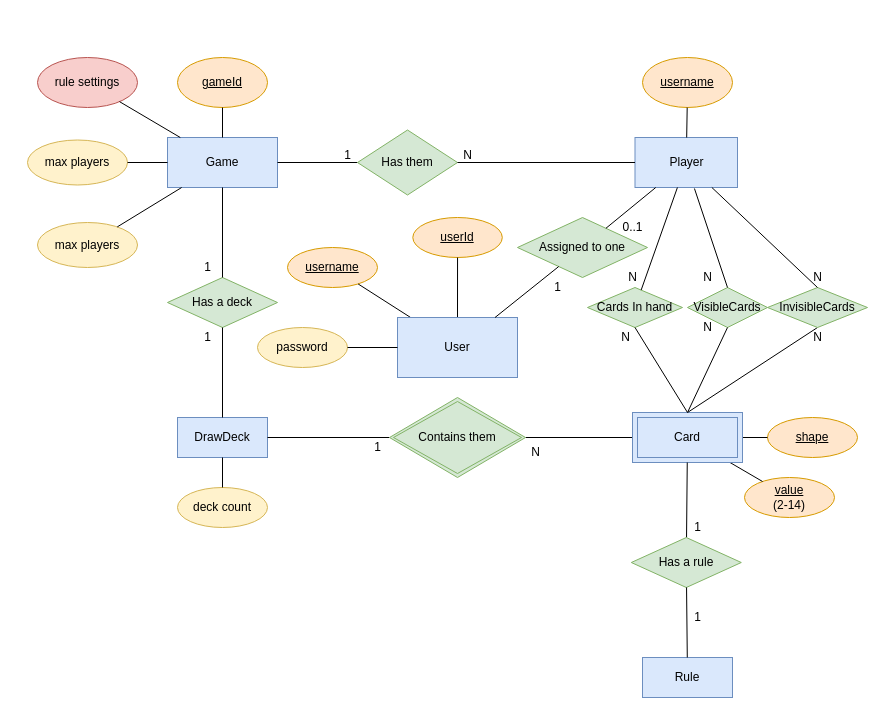
The draw.io diagram docs/Shed data model.drawio in pintertamas/shed-backend, before the edit. Source tidied: cells renumbered, new cells numbered last; positions are measured from the earlier drawing's top-left corner, leaving out a move shared by most shapes. Both pictures are drawn from the tidied source at 100%, with x=0, y=0 at pixel (27, 57).
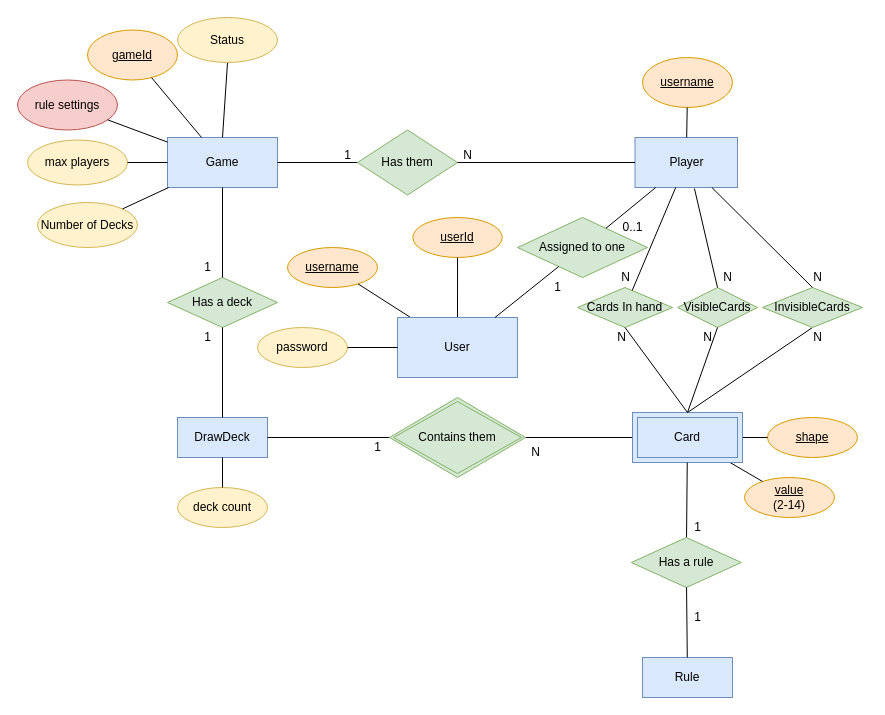
The same diagram, later.

Unchanged cells that the change refers to:
```xml
<mxCell id="11" value="Game" style="rounded=0;whiteSpace=wrap;html=1;strokeColor=#6c8ebf;fillColor=#dae8fc;" parent="1" vertex="1">
  <mxGeometry x="140" y="80" width="110" height="50" as="geometry" />
</mxCell>
```

Diff of the diagram source:
```diff
@@
     <mxCell id="2" value="Cards In hand" style="rhombus;whiteSpace=wrap;html=1;fillColor=#d5e8d4;strokeColor=#82b366;" parent="1" vertex="1">
-      <mxGeometry x="560" y="230" width="95" height="40" as="geometry" />
+      <mxGeometry x="550" y="230" width="95" height="40" as="geometry" />
     </mxCell>
@@
     <mxCell id="17" value="&lt;u&gt;gameId&lt;/u&gt;" style="ellipse;whiteSpace=wrap;html=1;fillColor=#ffe6cc;strokeColor=#d79b00;" parent="1" vertex="1">
-      <mxGeometry x="150" width="90" height="50" as="geometry" />
+      <mxGeometry x="60" y="-27.5" width="90" height="50" as="geometry" />
     </mxCell>
@@
     <mxCell id="22" value="rule settings" style="ellipse;whiteSpace=wrap;html=1;fillColor=#f8cecc;strokeColor=#b85450;" parent="1" vertex="1">
-      <mxGeometry x="10" width="100" height="50" as="geometry" />
+      <mxGeometry x="-10" y="22.5" width="100" height="50" as="geometry" />
     </mxCell>
@@
     <mxCell id="46" value="N" style="text;html=1;align=center;verticalAlign=middle;strokeColor=none;fillColor=none;" parent="1" vertex="1">
-      <mxGeometry x="670" y="210" width="20" height="20" as="geometry" />
+      <mxGeometry x="690" y="210" width="20" height="20" as="geometry" />
     </mxCell>
     <mxCell id="47" value="N" style="text;html=1;align=center;verticalAlign=middle;strokeColor=none;fillColor=none;" parent="1" vertex="1">
-      <mxGeometry x="670" y="260" width="20" height="20" as="geometry" />
+      <mxGeometry x="670" y="270" width="20" height="20" as="geometry" />
     </mxCell>
@@
-    <mxCell id="56" value="max players" style="ellipse;whiteSpace=wrap;html=1;fillColor=#fff2cc;strokeColor=#d6b656;" parent="1" vertex="1">
-      <mxGeometry x="10" y="165" width="100" height="45" as="geometry" />
+    <mxCell id="56" value="Number of Decks" style="ellipse;whiteSpace=wrap;html=1;fillColor=#fff2cc;strokeColor=#d6b656;" parent="1" vertex="1">
+      <mxGeometry x="10" y="145" width="100" height="45" as="geometry" />
     </mxCell>
@@
     <mxCell id="60" value="VisibleCards" style="rhombus;whiteSpace=wrap;html=1;fillColor=#d5e8d4;strokeColor=#82b366;" parent="1" vertex="1">
-      <mxGeometry x="660" y="230" width="80" height="40" as="geometry" />
+      <mxGeometry x="650" y="230" width="80" height="40" as="geometry" />
     </mxCell>
@@
     <mxCell id="63" value="InvisibleCards" style="rhombus;whiteSpace=wrap;html=1;fillColor=#d5e8d4;strokeColor=#82b366;" parent="1" vertex="1">
-      <mxGeometry x="740" y="230" width="100" height="40" as="geometry" />
+      <mxGeometry x="735" y="230" width="100" height="40" as="geometry" />
     </mxCell>
@@
     <mxCell id="66" value="N" style="text;html=1;align=center;verticalAlign=middle;strokeColor=none;fillColor=none;" parent="1" vertex="1">
-      <mxGeometry x="595" y="210" width="20" height="20" as="geometry" />
+      <mxGeometry x="587.5" y="210" width="20" height="20" as="geometry" />
     </mxCell>
     <mxCell id="67" value="N" style="text;html=1;align=center;verticalAlign=middle;strokeColor=none;fillColor=none;" parent="1" vertex="1">
-      <mxGeometry x="587.5" y="270" width="20" height="20" as="geometry" />
+      <mxGeometry x="583.8" y="270" width="20" height="20" as="geometry" />
     </mxCell>
@@
+    <mxCell id="70" style="endArrow=none;html=1;rounded=0;exitX=0.5;exitY=0;exitDx=0;exitDy=0;entryX=0.5;entryY=1;entryDx=0;entryDy=0;" parent="1" edge="1" source="11" target="71">
+      <mxGeometry relative="1" as="geometry" />
+    </mxCell>
+    <mxCell id="71" value="Status" style="ellipse;whiteSpace=wrap;html=1;fillColor=#fff2cc;strokeColor=#d6b656;" parent="1" vertex="1">
+      <mxGeometry x="150" y="-40" width="100" height="45" as="geometry" />
+    </mxCell>
```
